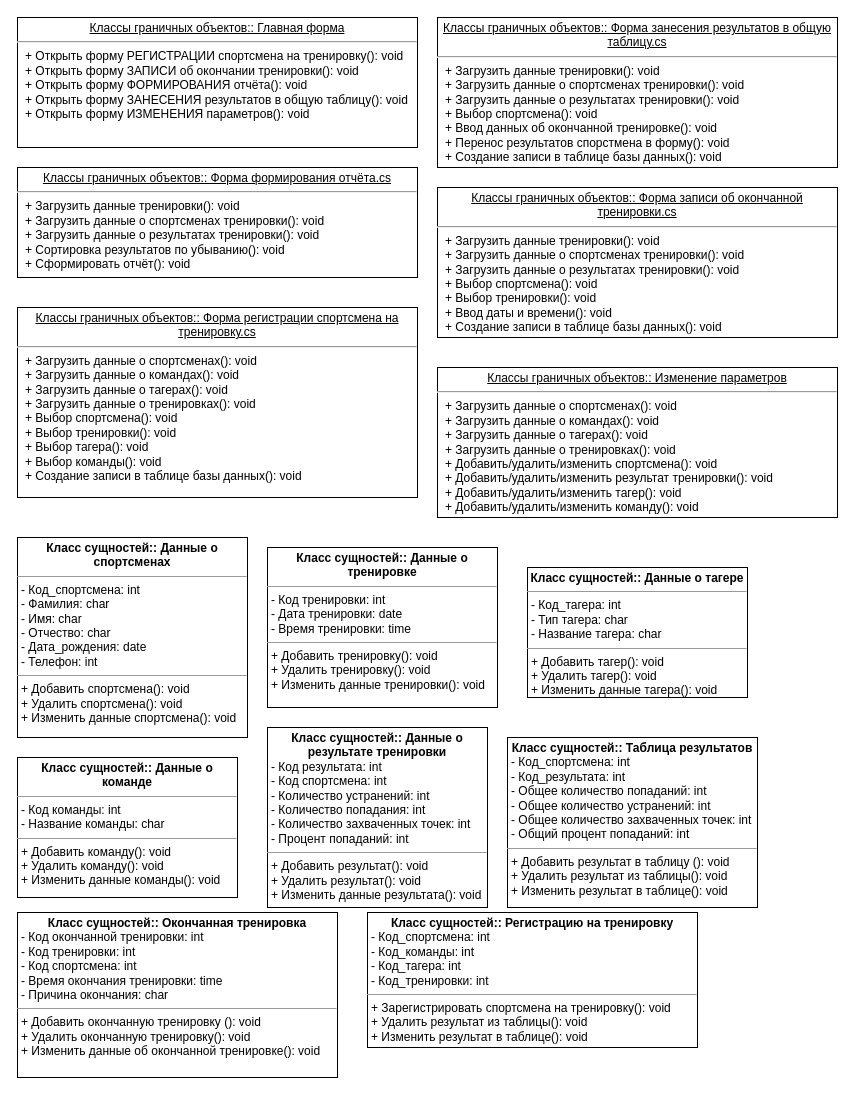
Before: Решения/Часть 3. Схемы/Диаграмма классов.drawio in VentoAureo12/Projecting-n-Design, a draw.io diagram. Source tidied: cells renumbered, new cells numbered last; positions are measured from the earlier drawing's top-left corner, leaving out a move shared by most shapes. Both pictures are drawn from the tidied source at 100%, with x=0, y=0 at pixel (17, 17).
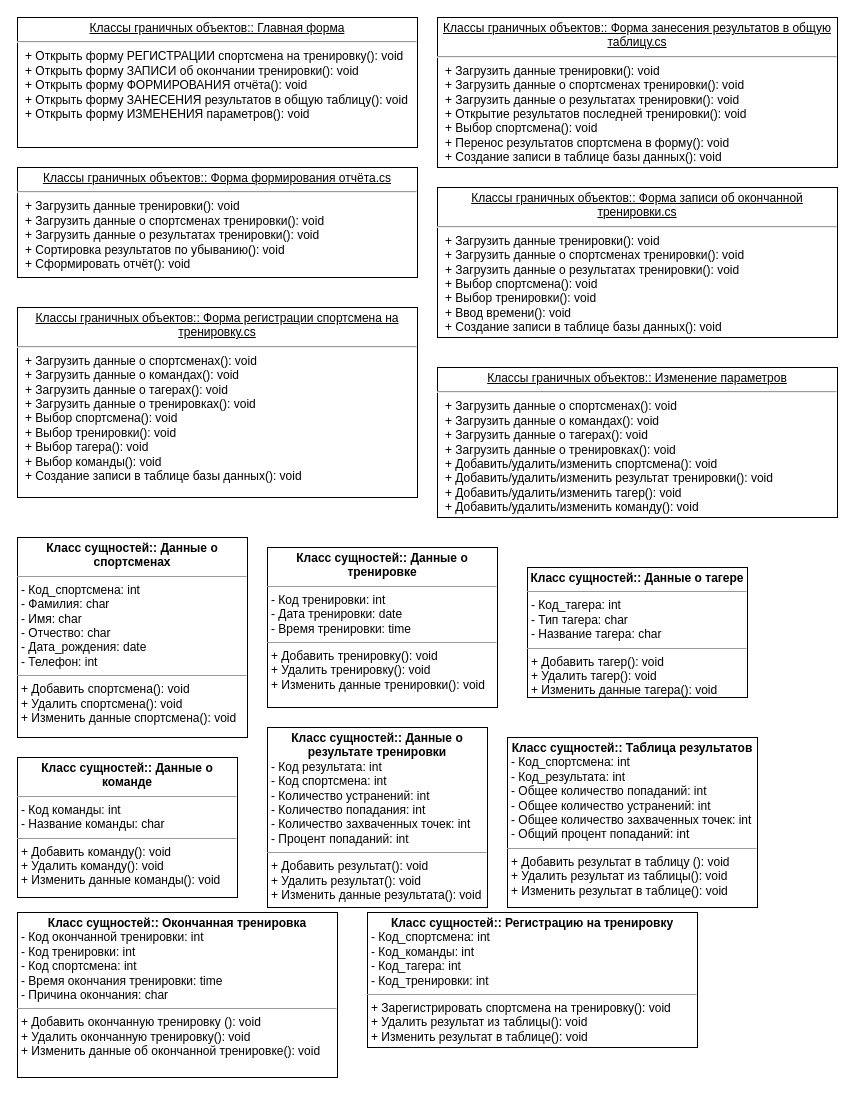
The same page after the edit.

Commit message (it also covers changes not shown here):
Также схемы...

What changed in the source:
```diff
@@
 <mxGraphModel>
   <root>
     <mxCell id="0" />
     <mxCell id="1" parent="0" />
     <mxCell id="2" value="&lt;p style=&quot;margin:0px;margin-top:4px;text-align:center;text-decoration:underline;&quot;&gt;Классы граничных объектов:: Главная форма&lt;br&gt;&lt;/p&gt;&lt;hr&gt;&lt;p style=&quot;margin:0px;margin-left:8px;&quot;&gt;+ Открыть форму РЕГИСТРАЦИИ спортсмена на тренировку(): void&lt;br&gt;+ Открыть форму ЗАПИСИ об окончании тренировки(): void&lt;br&gt;+ Открыть форму ФОРМИРОВАНИЯ отчёта(): void&lt;br&gt;&lt;/p&gt;&lt;p style=&quot;margin:0px;margin-left:8px;&quot;&gt;+ Открыть форму ЗАНЕСЕНИЯ результатов в общую таблицу(): void&lt;br&gt;&lt;/p&gt;&lt;p style=&quot;margin:0px;margin-left:8px;&quot;&gt;+ Открыть форму ИЗМЕНЕНИЯ параметров(): void&lt;br&gt;&lt;/p&gt;" style="verticalAlign=top;align=left;overflow=fill;fontSize=12;fontFamily=Helvetica;html=1;whiteSpace=wrap;" parent="1" vertex="1">
       <mxGeometry width="400" height="130" as="geometry" />
     </mxCell>
     <mxCell id="3" value="&lt;p style=&quot;margin:0px;margin-top:4px;text-align:center;text-decoration:underline;&quot;&gt;Классы граничных объектов:: Форма формирования отчёта.cs&lt;br&gt;&lt;/p&gt;&lt;hr&gt;&lt;p style=&quot;margin:0px;margin-left:8px;&quot;&gt;+ Загрузить данные тренировки(): void&lt;br&gt;+ Загрузить данные о спортсменах тренировки(): void&lt;br&gt;+ Загрузить данные о результатах тренировки(): void&lt;br&gt;&lt;/p&gt;&lt;p style=&quot;margin:0px;margin-left:8px;&quot;&gt;+ Сортировка результатов по убыванию(): void&lt;br&gt;&lt;/p&gt;&lt;p style=&quot;margin:0px;margin-left:8px;&quot;&gt;+ Сформировать отчёт(): void&lt;br&gt;&lt;/p&gt;" style="verticalAlign=top;align=left;overflow=fill;fontSize=12;fontFamily=Helvetica;html=1;whiteSpace=wrap;" parent="1" vertex="1">
       <mxGeometry y="150" width="400" height="110" as="geometry" />
     </mxCell>
-    <mxCell id="4" value="&lt;p style=&quot;margin:0px;margin-top:4px;text-align:center;text-decoration:underline;&quot;&gt;Классы граничных объектов:: Форма занесения результатов в общую таблицу.cs&lt;br&gt;&lt;/p&gt;&lt;hr&gt;&lt;p style=&quot;margin:0px;margin-left:8px;&quot;&gt;+ Загрузить данные тренировки(): void&lt;br&gt;+ Загрузить данные о спортсменах тренировки(): void&lt;br&gt;+ Загрузить данные о результатах тренировки(): void&lt;br&gt;&lt;/p&gt;&lt;p style=&quot;margin:0px;margin-left:8px;&quot;&gt;+ Выбор спортсмена(): void&lt;br&gt;&lt;/p&gt;&lt;p style=&quot;margin:0px;margin-left:8px;&quot;&gt;+ Ввод данных об окончанной тренировке(): void&lt;/p&gt;&lt;p style=&quot;margin:0px;margin-left:8px;&quot;&gt;+ Перенос результатов спорстмена в форму(): void&lt;br&gt;&lt;/p&gt;&lt;p style=&quot;margin:0px;margin-left:8px;&quot;&gt;+ Создание записи в таблице базы данных(): void&lt;br&gt;&lt;/p&gt;" style="verticalAlign=top;align=left;overflow=fill;fontSize=12;fontFamily=Helvetica;html=1;whiteSpace=wrap;" parent="1" vertex="1">
+    <mxCell id="4" value="&lt;p style=&quot;margin:0px;margin-top:4px;text-align:center;text-decoration:underline;&quot;&gt;Классы граничных объектов:: Форма занесения результатов в общую таблицу.cs&lt;br&gt;&lt;/p&gt;&lt;hr&gt;&lt;p style=&quot;margin:0px;margin-left:8px;&quot;&gt;+ Загрузить данные тренировки(): void&lt;br&gt;+ Загрузить данные о спортсменах тренировки(): void&lt;br&gt;+ Загрузить данные о результатах тренировки(): void&lt;br&gt;&lt;/p&gt;&lt;p style=&quot;margin:0px;margin-left:8px;&quot;&gt;+ Открытие результатов последней тренировки(): void&lt;/p&gt;&lt;p style=&quot;margin:0px;margin-left:8px;&quot;&gt;+ Выбор спортсмена(): void&lt;/p&gt;&lt;p style=&quot;margin:0px;margin-left:8px;&quot;&gt;+ Перенос результатов спортсмена в форму(): void&lt;br&gt;&lt;/p&gt;&lt;p style=&quot;margin:0px;margin-left:8px;&quot;&gt;+ Создание записи в таблице базы данных(): void&lt;br&gt;&lt;/p&gt;" style="verticalAlign=top;align=left;overflow=fill;fontSize=12;fontFamily=Helvetica;html=1;whiteSpace=wrap;" parent="1" vertex="1">
       <mxGeometry x="420" width="400" height="150" as="geometry" />
     </mxCell>
-    <mxCell id="5" value="&lt;p style=&quot;margin:0px;margin-top:4px;text-align:center;text-decoration:underline;&quot;&gt;Классы граничных объектов:: Форма записи об окончанной тренировки.cs&lt;br&gt;&lt;/p&gt;&lt;hr&gt;&lt;p style=&quot;margin:0px;margin-left:8px;&quot;&gt;+ Загрузить данные тренировки(): void&lt;br&gt;+ Загрузить данные о спортсменах тренировки(): void&lt;br&gt;+ Загрузить данные о результатах тренировки(): void&lt;br&gt;&lt;/p&gt;&lt;p style=&quot;margin:0px;margin-left:8px;&quot;&gt;+ Выбор спортсмена(): void&lt;br&gt;&lt;/p&gt;&lt;p style=&quot;margin:0px;margin-left:8px;&quot;&gt;+ Выбор тренировки(): void&lt;/p&gt;&lt;p style=&quot;margin:0px;margin-left:8px;&quot;&gt;+ Ввод даты и времени(): void&lt;br&gt;&lt;/p&gt;&lt;p style=&quot;margin:0px;margin-left:8px;&quot;&gt;+ Создание записи в таблице базы данных(): void&lt;br&gt;&lt;/p&gt;" style="verticalAlign=top;align=left;overflow=fill;fontSize=12;fontFamily=Helvetica;html=1;whiteSpace=wrap;" parent="1" vertex="1">
+    <mxCell id="5" value="&lt;p style=&quot;margin:0px;margin-top:4px;text-align:center;text-decoration:underline;&quot;&gt;Классы граничных объектов:: Форма записи об окончанной тренировки.cs&lt;br&gt;&lt;/p&gt;&lt;hr&gt;&lt;p style=&quot;margin:0px;margin-left:8px;&quot;&gt;+ Загрузить данные тренировки(): void&lt;br&gt;+ Загрузить данные о спортсменах тренировки(): void&lt;br&gt;+ Загрузить данные о результатах тренировки(): void&lt;br&gt;&lt;/p&gt;&lt;p style=&quot;margin:0px;margin-left:8px;&quot;&gt;+ Выбор спортсмена(): void&lt;br&gt;&lt;/p&gt;&lt;p style=&quot;margin:0px;margin-left:8px;&quot;&gt;+ Выбор тренировки(): void&lt;/p&gt;&lt;p style=&quot;margin:0px;margin-left:8px;&quot;&gt;+ Ввод времени(): void&lt;br&gt;&lt;/p&gt;&lt;p style=&quot;margin:0px;margin-left:8px;&quot;&gt;+ Создание записи в таблице базы данных(): void&lt;br&gt;&lt;/p&gt;" style="verticalAlign=top;align=left;overflow=fill;fontSize=12;fontFamily=Helvetica;html=1;whiteSpace=wrap;" parent="1" vertex="1">
       <mxGeometry x="420" y="170" width="400" height="150" as="geometry" />
     </mxCell>
     <mxCell id="6" value="&lt;p style=&quot;margin:0px;margin-top:4px;text-align:center;text-decoration:underline;&quot;&gt;Классы граничных объектов:: Форма регистрации спортсмена на тренировку.cs&lt;br&gt;&lt;/p&gt;&lt;hr&gt;&lt;p style=&quot;margin:0px;margin-left:8px;&quot;&gt;+ Загрузить данные о спортсменах(): void&lt;br&gt;+ Загрузить данные о командах(): void&lt;br&gt;+ Загрузить данные о тагерах(): void&lt;br&gt;&lt;/p&gt;&lt;p style=&quot;margin:0px;margin-left:8px;&quot;&gt;+ Загрузить данные о тренировках(): void&lt;br&gt;&lt;/p&gt;&lt;p style=&quot;margin:0px;margin-left:8px;&quot;&gt;+ Выбор спортсмена(): void&lt;br&gt;&lt;/p&gt;&lt;p style=&quot;margin:0px;margin-left:8px;&quot;&gt;+ Выбор тренировки(): void&lt;/p&gt;&lt;p style=&quot;margin:0px;margin-left:8px;&quot;&gt;+ Выбор тагера(): void&lt;br&gt;&lt;/p&gt;&lt;p style=&quot;margin:0px;margin-left:8px;&quot;&gt;+ Выбор команды(): void&lt;br&gt;&lt;/p&gt;&lt;p style=&quot;margin:0px;margin-left:8px;&quot;&gt;&lt;span style=&quot;background-color: initial;&quot;&gt;+ Создание записи в таблице базы данных(): void&lt;/span&gt;&lt;br&gt;&lt;/p&gt;" style="verticalAlign=top;align=left;overflow=fill;fontSize=12;fontFamily=Helvetica;html=1;whiteSpace=wrap;" parent="1" vertex="1">
       <mxGeometry y="290" width="400" height="190" as="geometry" />
     </mxCell>
     <mxCell id="7" value="&lt;p style=&quot;margin:0px;margin-top:4px;text-align:center;text-decoration:underline;&quot;&gt;Классы граничных объектов:: Изменение параметров&lt;br&gt;&lt;/p&gt;&lt;hr&gt;&lt;p style=&quot;margin:0px;margin-left:8px;&quot;&gt;+ Загрузить данные о спортсменах(): void&lt;br&gt;+ Загрузить данные о командах(): void&lt;br&gt;+ Загрузить данные о тагерах(): void&lt;br&gt;&lt;/p&gt;&lt;p style=&quot;margin:0px;margin-left:8px;&quot;&gt;+ Загрузить данные о тренировках(): void&lt;br&gt;&lt;/p&gt;&lt;p style=&quot;margin:0px;margin-left:8px;&quot;&gt;+ Добавить/удалить/изменить спортсмена(): void&lt;br&gt;&lt;/p&gt;&lt;p style=&quot;margin:0px;margin-left:8px;&quot;&gt;+ Добавить/удалить/изменить результат тренировки(): void&lt;/p&gt;&lt;p style=&quot;margin:0px;margin-left:8px;&quot;&gt;+ Добавить/удалить/изменить тагер(): void&lt;br&gt;&lt;/p&gt;&lt;p style=&quot;margin:0px;margin-left:8px;&quot;&gt;+&amp;nbsp;Добавить/удалить/изменить команду(): void&lt;/p&gt;" style="verticalAlign=top;align=left;overflow=fill;fontSize=12;fontFamily=Helvetica;html=1;whiteSpace=wrap;" parent="1" vertex="1">
       <mxGeometry x="420" y="350" width="400" height="150" as="geometry" />
     </mxCell>
     <mxCell id="8" value="&lt;p style=&quot;margin:0px;margin-top:4px;text-align:center;&quot;&gt;&lt;b&gt;Класс сущностей:: Данные о спортсменах&lt;/b&gt;&lt;/p&gt;&lt;hr size=&quot;1&quot;&gt;&lt;p style=&quot;margin:0px;margin-left:4px;&quot;&gt;- Код_спортсмена: int&lt;br&gt;- Фамилия: char&lt;/p&gt;&lt;p style=&quot;margin:0px;margin-left:4px;&quot;&gt;- Имя: char&lt;/p&gt;&lt;p style=&quot;margin:0px;margin-left:4px;&quot;&gt;- Отчество: char&lt;/p&gt;&lt;p style=&quot;margin:0px;margin-left:4px;&quot;&gt;- Дата_рождения: date&lt;/p&gt;&lt;p style=&quot;margin:0px;margin-left:4px;&quot;&gt;- Телефон: int&lt;/p&gt;&lt;hr size=&quot;1&quot;&gt;&lt;p style=&quot;margin:0px;margin-left:4px;&quot;&gt;+ Добавить спортсмена(): void&lt;br&gt;+ Удалить спортсмена(): void&lt;br&gt;&lt;/p&gt;&lt;p style=&quot;margin:0px;margin-left:4px;&quot;&gt;+ Изменить данные спортсмена(): void&lt;br&gt;&lt;/p&gt;" style="verticalAlign=top;align=left;overflow=fill;fontSize=12;fontFamily=Helvetica;html=1;whiteSpace=wrap;" parent="1" vertex="1">
       <mxGeometry y="520" width="230" height="200" as="geometry" />
     </mxCell>
     <mxCell id="9" value="&lt;p style=&quot;margin:0px;margin-top:4px;text-align:center;&quot;&gt;&lt;b&gt;Класс сущностей:: Данные о тренировке&lt;/b&gt;&lt;/p&gt;&lt;hr size=&quot;1&quot;&gt;&lt;p style=&quot;margin:0px;margin-left:4px;&quot;&gt;- Код тренировки: int&lt;br&gt;- Дата тренировки: date&lt;/p&gt;&lt;p style=&quot;margin:0px;margin-left:4px;&quot;&gt;- Время тренировки: time&lt;/p&gt;&lt;hr size=&quot;1&quot;&gt;&lt;p style=&quot;margin:0px;margin-left:4px;&quot;&gt;+ Добавить тренировку(): void&lt;br&gt;+ Удалить тренировку(): void&lt;br&gt;&lt;/p&gt;&lt;p style=&quot;margin:0px;margin-left:4px;&quot;&gt;+ Изменить данные тренировки(): void&lt;br&gt;&lt;/p&gt;" style="verticalAlign=top;align=left;overflow=fill;fontSize=12;fontFamily=Helvetica;html=1;whiteSpace=wrap;" parent="1" vertex="1">
       <mxGeometry x="250" y="530" width="230" height="160" as="geometry" />
     </mxCell>
     <mxCell id="10" value="&lt;p style=&quot;margin:0px;margin-top:4px;text-align:center;&quot;&gt;&lt;b&gt;Класс сущностей:: Данные о тагере&lt;/b&gt;&lt;/p&gt;&lt;hr size=&quot;1&quot;&gt;&lt;p style=&quot;margin:0px;margin-left:4px;&quot;&gt;- Код_тагера: int&lt;br&gt;- Тип тагера: char&lt;/p&gt;&lt;p style=&quot;margin:0px;margin-left:4px;&quot;&gt;- Название тагера: char&lt;/p&gt;&lt;hr size=&quot;1&quot;&gt;&lt;p style=&quot;margin:0px;margin-left:4px;&quot;&gt;+ Добавить тагер(): void&lt;br&gt;+ Удалить тагер(): void&lt;br&gt;&lt;/p&gt;&lt;p style=&quot;margin:0px;margin-left:4px;&quot;&gt;+ Изменить данные тагера(): void&lt;br&gt;&lt;/p&gt;" style="verticalAlign=top;align=left;overflow=fill;fontSize=12;fontFamily=Helvetica;html=1;whiteSpace=wrap;" parent="1" vertex="1">
       <mxGeometry x="510" y="550" width="220" height="130" as="geometry" />
     </mxCell>
     <mxCell id="11" value="&lt;p style=&quot;margin:0px;margin-top:4px;text-align:center;&quot;&gt;&lt;b&gt;Класс сущностей:: Данные о команде&lt;/b&gt;&lt;/p&gt;&lt;hr size=&quot;1&quot;&gt;&lt;p style=&quot;margin:0px;margin-left:4px;&quot;&gt;- Код команды: int&lt;br&gt;- Название команды: char&lt;/p&gt;&lt;hr size=&quot;1&quot;&gt;&lt;p style=&quot;margin:0px;margin-left:4px;&quot;&gt;+ Добавить команду(): void&lt;br&gt;+ Удалить команду(): void&lt;br&gt;&lt;/p&gt;&lt;p style=&quot;margin:0px;margin-left:4px;&quot;&gt;+ Изменить данные команды(): void&lt;br&gt;&lt;/p&gt;" style="verticalAlign=top;align=left;overflow=fill;fontSize=12;fontFamily=Helvetica;html=1;whiteSpace=wrap;" parent="1" vertex="1">
       <mxGeometry y="740" width="220" height="140" as="geometry" />
     </mxCell>
     <mxCell id="12" value="&lt;p style=&quot;margin:0px;margin-top:4px;text-align:center;&quot;&gt;&lt;b&gt;Класс сущностей:: Данные о результате тренировки&lt;/b&gt;&lt;/p&gt;&lt;p style=&quot;margin:0px;margin-left:4px;&quot;&gt;- Код результата: int&lt;/p&gt;&lt;p style=&quot;margin:0px;margin-left:4px;&quot;&gt;- Код спортсмена: int&lt;br&gt;- Количество устранений: int&lt;/p&gt;&lt;p style=&quot;margin:0px;margin-left:4px;&quot;&gt;- Количество попадания: int&lt;/p&gt;&lt;p style=&quot;margin:0px;margin-left:4px;&quot;&gt;- Количество захваченных точек: int&lt;br&gt;&lt;/p&gt;&lt;p style=&quot;margin:0px;margin-left:4px;&quot;&gt;- Процент попаданий: int&lt;br&gt;&lt;/p&gt;&lt;hr size=&quot;1&quot;&gt;&lt;p style=&quot;margin:0px;margin-left:4px;&quot;&gt;+ Добавить результат(): void&lt;br&gt;+ Удалить результат(): void&lt;br&gt;&lt;/p&gt;&lt;p style=&quot;margin:0px;margin-left:4px;&quot;&gt;+ Изменить данные результата(): void&lt;br&gt;&lt;/p&gt;" style="verticalAlign=top;align=left;overflow=fill;fontSize=12;fontFamily=Helvetica;html=1;whiteSpace=wrap;" parent="1" vertex="1">
       <mxGeometry x="250" y="710" width="220" height="180" as="geometry" />
     </mxCell>
     <mxCell id="13" value="&lt;p style=&quot;margin:0px;margin-top:4px;text-align:center;&quot;&gt;&lt;b&gt;Класс сущностей:: Таблица результатов&lt;/b&gt;&lt;/p&gt;&lt;p style=&quot;margin:0px;margin-left:4px;&quot;&gt;- Код_спортсмена: int&lt;/p&gt;&lt;p style=&quot;margin:0px;margin-left:4px;&quot;&gt;- Код_результата: int&lt;br&gt;- Общее количество попаданий: int&lt;/p&gt;&lt;p style=&quot;margin:0px;margin-left:4px;&quot;&gt;- Общее количество устранений: int&lt;/p&gt;&lt;p style=&quot;margin:0px;margin-left:4px;&quot;&gt;- Общее количество захваченных точек: int&lt;br&gt;&lt;/p&gt;&lt;p style=&quot;margin:0px;margin-left:4px;&quot;&gt;- Общий процент попаданий: int&lt;br&gt;&lt;/p&gt;&lt;hr size=&quot;1&quot;&gt;&lt;p style=&quot;margin:0px;margin-left:4px;&quot;&gt;+ Добавить результат в таблицу (): void&lt;br&gt;+ Удалить результат из таблицы(): void&lt;br&gt;&lt;/p&gt;&lt;p style=&quot;margin:0px;margin-left:4px;&quot;&gt;+ Изменить результат в таблице(): void&lt;br&gt;&lt;/p&gt;" style="verticalAlign=top;align=left;overflow=fill;fontSize=12;fontFamily=Helvetica;html=1;whiteSpace=wrap;" parent="1" vertex="1">
       <mxGeometry x="490" y="720" width="250" height="170" as="geometry" />
     </mxCell>
     <mxCell id="14" value="&lt;p style=&quot;margin:0px;margin-top:4px;text-align:center;&quot;&gt;&lt;b&gt;Класс сущностей:: Окончанная тренировка&lt;/b&gt;&lt;/p&gt;&lt;p style=&quot;margin:0px;margin-left:4px;&quot;&gt;- Код окончанной тренировки: int&lt;/p&gt;&lt;p style=&quot;margin:0px;margin-left:4px;&quot;&gt;- Код тренировки: int&lt;/p&gt;&lt;p style=&quot;margin:0px;margin-left:4px;&quot;&gt;- Код спортсмена: int&lt;br&gt;- Время окончания тренировки: time&lt;/p&gt;&lt;p style=&quot;margin:0px;margin-left:4px;&quot;&gt;- Причина окончания: char&lt;/p&gt;&lt;hr size=&quot;1&quot;&gt;&lt;p style=&quot;margin:0px;margin-left:4px;&quot;&gt;+ Добавить окончанную тренировку (): void&lt;br&gt;+ Удалить окончанную тренировку(): void&lt;br&gt;&lt;/p&gt;&lt;p style=&quot;margin:0px;margin-left:4px;&quot;&gt;+ Изменить данные об окончанной тренировке(): void&lt;br&gt;&lt;/p&gt;" style="verticalAlign=top;align=left;overflow=fill;fontSize=12;fontFamily=Helvetica;html=1;whiteSpace=wrap;" parent="1" vertex="1">
       <mxGeometry y="895" width="320" height="165" as="geometry" />
     </mxCell>
     <mxCell id="15" value="&lt;p style=&quot;margin:0px;margin-top:4px;text-align:center;&quot;&gt;&lt;b&gt;Класс сущностей:: Регистрацию на тренировку&lt;/b&gt;&lt;/p&gt;&lt;p style=&quot;margin:0px;margin-left:4px;&quot;&gt;- Код_спортсмена: int&lt;/p&gt;&lt;p style=&quot;margin:0px;margin-left:4px;&quot;&gt;- Код_команды: int&lt;br&gt;- Код_тагера: int&lt;/p&gt;&lt;p style=&quot;margin:0px;margin-left:4px;&quot;&gt;- Код_тренировки: int&lt;/p&gt;&lt;hr size=&quot;1&quot;&gt;&lt;p style=&quot;margin:0px;margin-left:4px;&quot;&gt;+ Зарегистрировать спортсмена на тренировку(): void&lt;br&gt;+ Удалить результат из таблицы(): void&lt;br&gt;&lt;/p&gt;&lt;p style=&quot;margin:0px;margin-left:4px;&quot;&gt;+ Изменить результат в таблице(): void&lt;br&gt;&lt;/p&gt;" style="verticalAlign=top;align=left;overflow=fill;fontSize=12;fontFamily=Helvetica;html=1;whiteSpace=wrap;" parent="1" vertex="1">
       <mxGeometry x="350" y="895" width="330" height="135" as="geometry" />
     </mxCell>
   </root>
 </mxGraphModel>
```
